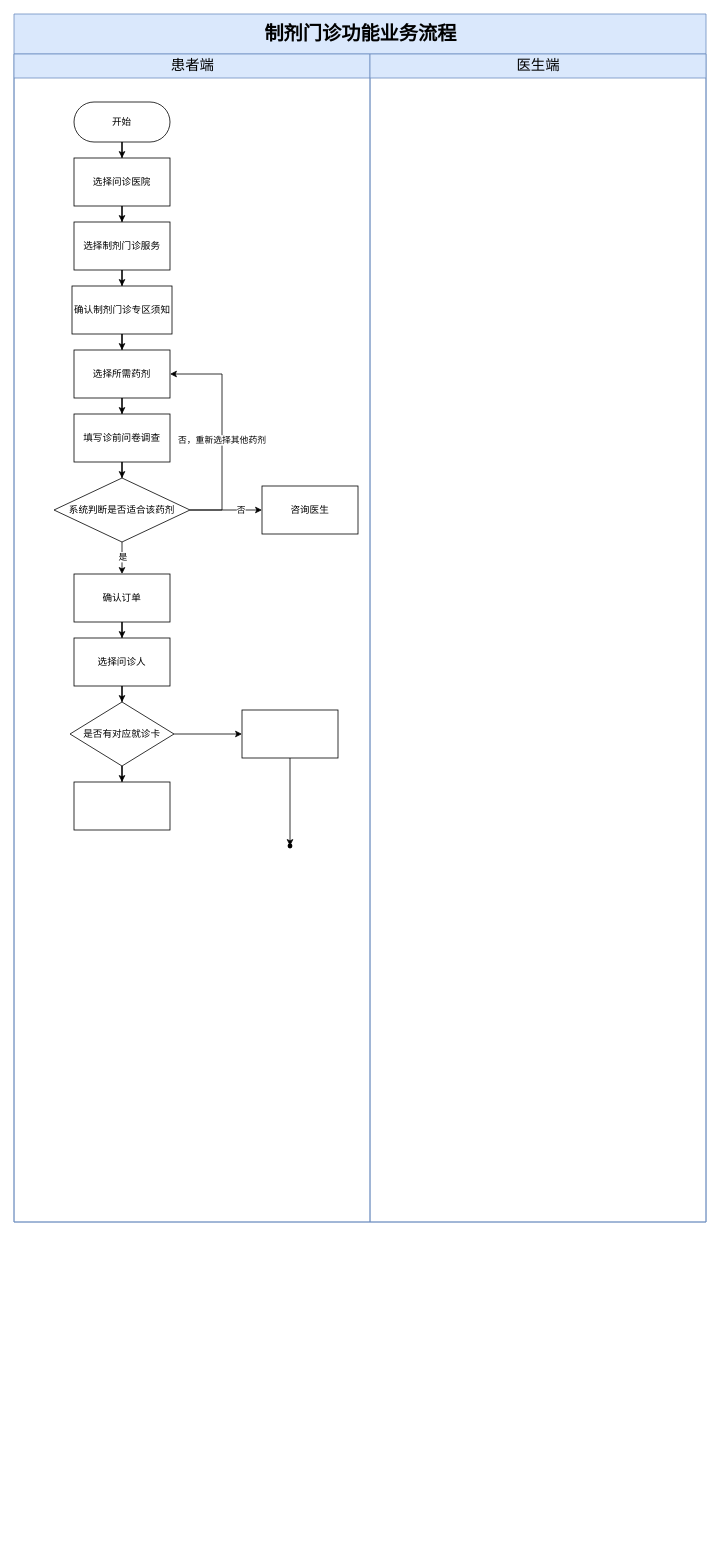
Above: 制剂门诊功能.drawio in cherish-h/kaka (draw.io), before the change. Source tidied: cells renumbered, new cells numbered last; positions are measured from the earlier drawing's top-left corner, leaving out a move shared by most shapes. Both pictures are drawn from the tidied source at 80%, with x=0, y=0 at pixel (14, 14).
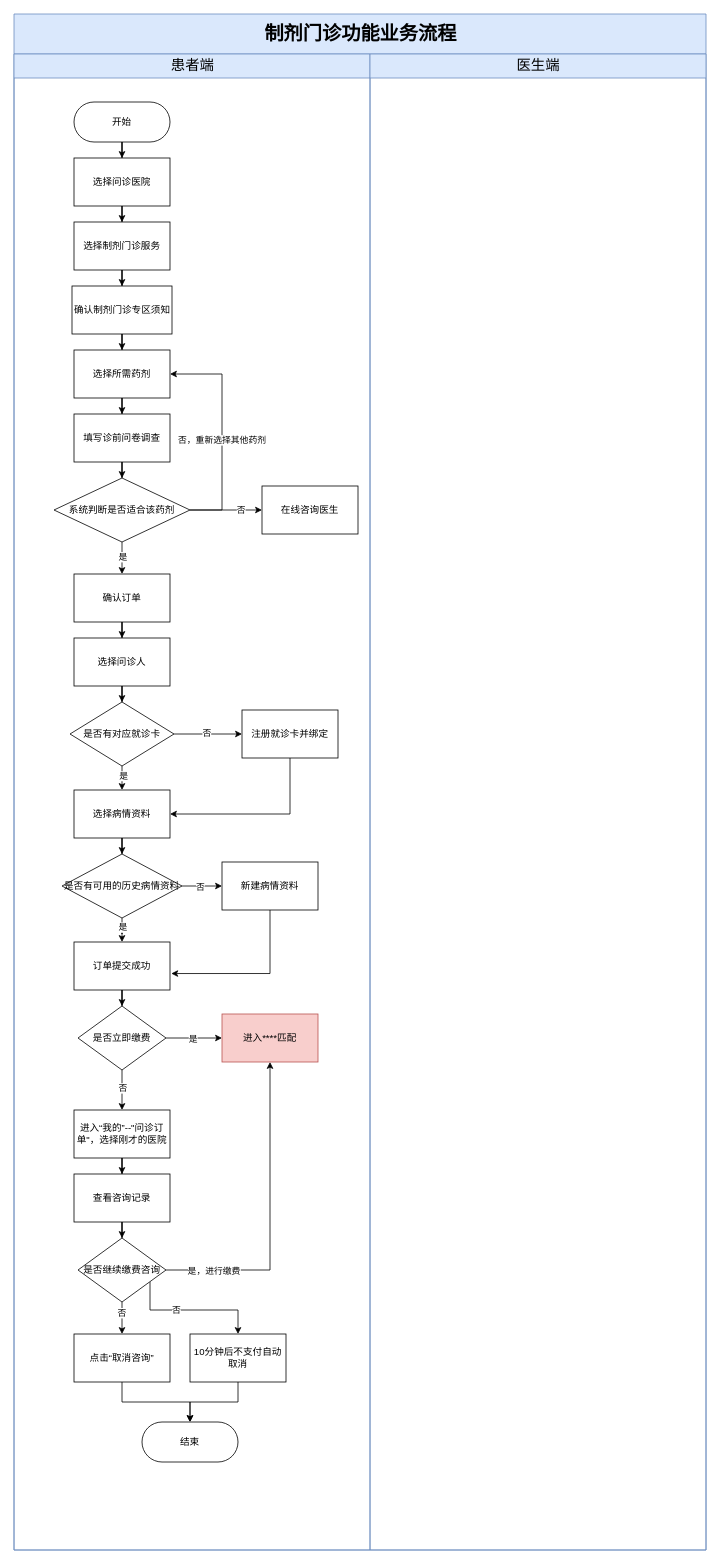
After the change.

Commit message (it also covers changes not shown here):
更新制剂门诊功能.drawio

Unchanged cells that the change refers to:
```xml
<mxCell id="28" style="edgeStyle=orthogonalEdgeStyle;rounded=0;jettySize=auto;html=1;" parent="3" edge="1" source="30" target="31">
  <mxGeometry relative="1" as="geometry" />
</mxCell>
<mxCell id="29" style="edgeStyle=orthogonalEdgeStyle;rounded=0;jettySize=auto;html=1;" parent="3" edge="1" source="30" target="33">
  <mxGeometry relative="1" as="geometry" />
</mxCell>
```

What changed in the source:
```diff
@@
     <mxCell id="2" value="&lt;p class=&quot;MsoNormal&quot;&gt;&lt;span style=&quot;font-family: 宋体;&quot;&gt;&lt;font style=&quot;font-size: 24px;&quot;&gt;制剂门诊功能业务流程&lt;/font&gt;&lt;/span&gt;&lt;/p&gt;" style="swimlane;html=1;startSize=50;rounded=0;shadow=0;labelBackgroundColor=none;strokeWidth=1;fontFamily=Verdana;fontSize=8;align=center;fillColor=#dae8fc;strokeColor=#6c8ebf;" parent="1" vertex="1">
-      <mxGeometry width="865" height="1510" as="geometry" />
+      <mxGeometry width="865" height="1920" as="geometry" />
     </mxCell>
     <mxCell id="3" value="&lt;font style=&quot;font-size: 18px; font-weight: normal;&quot;&gt;患者端&lt;/font&gt;" style="swimlane;html=1;startSize=30;fillColor=#dae8fc;strokeColor=#6c8ebf;" parent="2" vertex="1">
-      <mxGeometry y="50" width="445" height="1460" as="geometry" />
+      <mxGeometry y="50" width="445" height="1870" as="geometry" />
     </mxCell>
@@
-    <mxCell id="23" value="咨询医生" style="whiteSpace=wrap;html=1;rounded=0;" parent="3" vertex="1">
+    <mxCell id="23" value="在线咨询医生" style="whiteSpace=wrap;html=1;rounded=0;" parent="3" vertex="1">
       <mxGeometry x="310" y="540" width="120" height="60" as="geometry" />
     </mxCell>
@@
+    <mxCell id="36" value="是" style="edgeLabel;html=1;align=center;verticalAlign=middle;" parent="28" vertex="1">
+      <mxGeometry x="-0.54" y="1" relative="1" as="geometry" />
+    </mxCell>
@@
+    <mxCell id="37" value="否" style="edgeLabel;html=1;align=center;verticalAlign=middle;" parent="29" vertex="1">
+      <mxGeometry x="-0.06" y="2" relative="1" as="geometry" />
+    </mxCell>
@@
+    <mxCell id="38" style="edgeStyle=orthogonalEdgeStyle;rounded=0;jettySize=auto;html=1;" parent="3" edge="1" source="31" target="43">
+      <mxGeometry relative="1" as="geometry" />
+    </mxCell>
-    <mxCell id="31" style="whiteSpace=wrap;html=1;rounded=0;" parent="3" vertex="1">
-      <mxGeometry x="75" y="910" width="120" height="60" as="geometry" />
+    <mxCell id="31" value="选择病情资料" style="whiteSpace=wrap;html=1;rounded=0;" parent="3" vertex="1">
+      <mxGeometry x="75" y="920" width="120" height="60" as="geometry" />
     </mxCell>
-    <mxCell id="32" style="edgeStyle=orthogonalEdgeStyle;rounded=0;jettySize=auto;html=1;" parent="3" edge="1" source="33" target="34">
-      <mxGeometry relative="1" as="geometry" />
+    <mxCell id="32" style="edgeStyle=orthogonalEdgeStyle;rounded=0;jettySize=auto;html=1;entryX=1;entryY=0.5;entryDx=0;entryDy=0;exitX=0.5;exitY=1;exitDx=0;exitDy=0;" parent="3" edge="1" source="33" target="31">
+      <mxGeometry relative="1" as="geometry">
+        <Array as="points">
+          <mxPoint x="345" y="950" />
+        </Array>
+      </mxGeometry>
     </mxCell>
-    <mxCell id="33" style="whiteSpace=wrap;html=1;rounded=0;" parent="3" vertex="1">
+    <mxCell id="33" value="注册就诊卡并绑定" style="whiteSpace=wrap;html=1;rounded=0;" parent="3" vertex="1">
       <mxGeometry x="285" y="820" width="120" height="60" as="geometry" />
     </mxCell>
-    <mxCell id="34" style="shape=waypoint;sketch=0;size=6;points=[];fillColor=default;perimeter=centerPerimeter;snapToPoint=1;rounded=0;" parent="3" vertex="1">
-      <mxGeometry x="335" y="980" width="20" height="20" as="geometry" />
-    </mxCell>
+    <mxCell id="39" style="edgeStyle=orthogonalEdgeStyle;rounded=0;jettySize=auto;html=1;" parent="3" edge="1" source="43" target="45">
+      <mxGeometry relative="1" as="geometry" />
+    </mxCell>
+    <mxCell id="40" value="是" style="edgeLabel;html=1;align=center;verticalAlign=middle;" parent="39" vertex="1">
+      <mxGeometry x="-0.55" relative="1" as="geometry" />
+    </mxCell>
+    <mxCell id="41" style="edgeStyle=orthogonalEdgeStyle;rounded=0;jettySize=auto;html=1;" parent="3" edge="1" source="43" target="47">
+      <mxGeometry relative="1" as="geometry" />
+    </mxCell>
+    <mxCell id="42" value="否" style="edgeLabel;html=1;align=center;verticalAlign=middle;" parent="41" vertex="1">
+      <mxGeometry x="-0.14" y="-1" relative="1" as="geometry" />
+    </mxCell>
+    <mxCell id="43" value="是否有可用的历史病情资料" style="rhombus;whiteSpace=wrap;html=1;rounded=0;" parent="3" vertex="1">
+      <mxGeometry x="60" y="1000" width="150" height="80" as="geometry" />
+    </mxCell>
+    <mxCell id="44" style="edgeStyle=orthogonalEdgeStyle;rounded=0;jettySize=auto;html=1;" parent="3" edge="1" source="45" target="52">
+      <mxGeometry relative="1" as="geometry" />
+    </mxCell>
+    <mxCell id="45" value="订单提交成功" style="whiteSpace=wrap;html=1;rounded=0;" parent="3" vertex="1">
+      <mxGeometry x="75" y="1110" width="120" height="60" as="geometry" />
+    </mxCell>
+    <mxCell id="46" style="edgeStyle=orthogonalEdgeStyle;rounded=0;jettySize=auto;html=1;entryX=1.013;entryY=0.657;entryDx=0;entryDy=0;entryPerimeter=0;" parent="3" edge="1" source="47" target="45">
+      <mxGeometry relative="1" as="geometry">
+        <Array as="points">
+          <mxPoint x="320" y="1149" />
+        </Array>
+      </mxGeometry>
+    </mxCell>
+    <mxCell id="47" value="新建病情资料" style="whiteSpace=wrap;html=1;rounded=0;" parent="3" vertex="1">
+      <mxGeometry x="260" y="1010" width="120" height="60" as="geometry" />
+    </mxCell>
+    <mxCell id="48" style="edgeStyle=orthogonalEdgeStyle;rounded=0;jettySize=auto;html=1;" parent="3" edge="1" source="52" target="53">
+      <mxGeometry relative="1" as="geometry" />
+    </mxCell>
+    <mxCell id="49" value="是" style="edgeLabel;html=1;align=center;verticalAlign=middle;" parent="48" vertex="1">
+      <mxGeometry x="-0.05" y="-1" relative="1" as="geometry" />
+    </mxCell>
+    <mxCell id="50" style="edgeStyle=orthogonalEdgeStyle;rounded=0;jettySize=auto;html=1;" parent="3" edge="1" source="52" target="55">
+      <mxGeometry relative="1" as="geometry" />
+    </mxCell>
+    <mxCell id="51" value="否" style="edgeLabel;html=1;align=center;verticalAlign=middle;" parent="50" vertex="1">
+      <mxGeometry x="-0.13" y="3" relative="1" as="geometry">
+        <mxPoint x="-3" as="offset" />
+      </mxGeometry>
+    </mxCell>
+    <mxCell id="52" value="是否立即缴费" style="rhombus;whiteSpace=wrap;html=1;rounded=0;" parent="3" vertex="1">
+      <mxGeometry x="80" y="1190" width="110" height="80" as="geometry" />
+    </mxCell>
+    <mxCell id="53" value="进入****匹配" style="whiteSpace=wrap;html=1;rounded=0;fillColor=#f8cecc;strokeColor=#b85450;" parent="3" vertex="1">
+      <mxGeometry x="260" y="1200" width="120" height="60" as="geometry" />
+    </mxCell>
+    <mxCell id="54" style="edgeStyle=orthogonalEdgeStyle;rounded=0;jettySize=auto;html=1;" parent="3" edge="1" source="55" target="57">
+      <mxGeometry relative="1" as="geometry" />
+    </mxCell>
+    <mxCell id="55" value="进入“我的”--&quot;问诊订单&quot;，选择刚才的医院" style="whiteSpace=wrap;html=1;rounded=0;" parent="3" vertex="1">
+      <mxGeometry x="75" y="1320" width="120" height="60" as="geometry" />
+    </mxCell>
+    <mxCell id="56" style="edgeStyle=orthogonalEdgeStyle;rounded=0;jettySize=auto;html=1;" parent="3" edge="1" source="57" target="64">
+      <mxGeometry relative="1" as="geometry" />
+    </mxCell>
+    <mxCell id="57" value="查看咨询记录" style="whiteSpace=wrap;html=1;rounded=0;" parent="3" vertex="1">
+      <mxGeometry x="75" y="1400" width="120" height="60" as="geometry" />
+    </mxCell>
+    <mxCell id="58" style="edgeStyle=orthogonalEdgeStyle;rounded=0;jettySize=auto;html=1;entryX=0.5;entryY=1;entryDx=0;entryDy=0;" parent="3" edge="1" source="64" target="53">
+      <mxGeometry relative="1" as="geometry" />
+    </mxCell>
+    <mxCell id="59" value="是，进行缴费" style="edgeLabel;html=1;align=center;verticalAlign=middle;" parent="58" vertex="1">
+      <mxGeometry x="-0.7" y="-1" relative="1" as="geometry" />
+    </mxCell>
+    <mxCell id="60" style="edgeStyle=orthogonalEdgeStyle;rounded=0;jettySize=auto;html=1;" parent="3" edge="1" source="64" target="66">
+      <mxGeometry relative="1" as="geometry" />
+    </mxCell>
+    <mxCell id="61" value="否" style="edgeLabel;html=1;align=center;verticalAlign=middle;" parent="60" vertex="1">
+      <mxGeometry x="-0.33" y="-1" relative="1" as="geometry" />
+    </mxCell>
+    <mxCell id="62" style="edgeStyle=orthogonalEdgeStyle;rounded=0;jettySize=auto;html=1;entryX=0.5;entryY=0;entryDx=0;entryDy=0;" parent="3" edge="1" source="64" target="69">
+      <mxGeometry relative="1" as="geometry">
+        <Array as="points">
+          <mxPoint x="170" y="1570" />
+          <mxPoint x="280" y="1570" />
+        </Array>
+      </mxGeometry>
+    </mxCell>
+    <mxCell id="63" value="否" style="edgeLabel;html=1;align=center;verticalAlign=middle;" parent="62" vertex="1">
+      <mxGeometry x="-0.22" y="1" relative="1" as="geometry" />
+    </mxCell>
+    <mxCell id="64" value="是否继续缴费咨询" style="rhombus;whiteSpace=wrap;html=1;rounded=0;" parent="3" vertex="1">
+      <mxGeometry x="80" y="1480" width="110" height="80" as="geometry" />
+    </mxCell>
+    <mxCell id="65" style="edgeStyle=orthogonalEdgeStyle;rounded=0;jettySize=auto;html=1;entryX=0.5;entryY=0;entryDx=0;entryDy=0;" parent="3" edge="1" source="66" target="67">
+      <mxGeometry relative="1" as="geometry" />
+    </mxCell>
+    <mxCell id="66" value="点击“取消咨询”" style="whiteSpace=wrap;html=1;rounded=0;" parent="3" vertex="1">
+      <mxGeometry x="75" y="1600" width="120" height="60" as="geometry" />
+    </mxCell>
+    <mxCell id="67" value="结束" style="rounded=1;whiteSpace=wrap;html=1;arcSize=50;" parent="3" vertex="1">
+      <mxGeometry x="160" y="1710" width="120" height="50" as="geometry" />
+    </mxCell>
+    <mxCell id="68" style="edgeStyle=orthogonalEdgeStyle;rounded=0;jettySize=auto;html=1;" parent="3" edge="1" source="69" target="67">
+      <mxGeometry relative="1" as="geometry" />
+    </mxCell>
+    <mxCell id="69" value="10分钟后不支付自动取消" style="rounded=0;whiteSpace=wrap;html=1;" parent="3" vertex="1">
+      <mxGeometry x="220" y="1600" width="120" height="60" as="geometry" />
+    </mxCell>
     <mxCell id="35" value="&lt;font style=&quot;font-size: 18px; font-weight: normal;&quot;&gt;医生端&lt;/font&gt;" style="swimlane;html=1;startSize=30;fillColor=#dae8fc;strokeColor=#6c8ebf;" parent="2" vertex="1">
-      <mxGeometry x="445" y="50" width="420" height="1460" as="geometry" />
+      <mxGeometry x="445" y="50" width="420" height="1870" as="geometry" />
     </mxCell>
```
